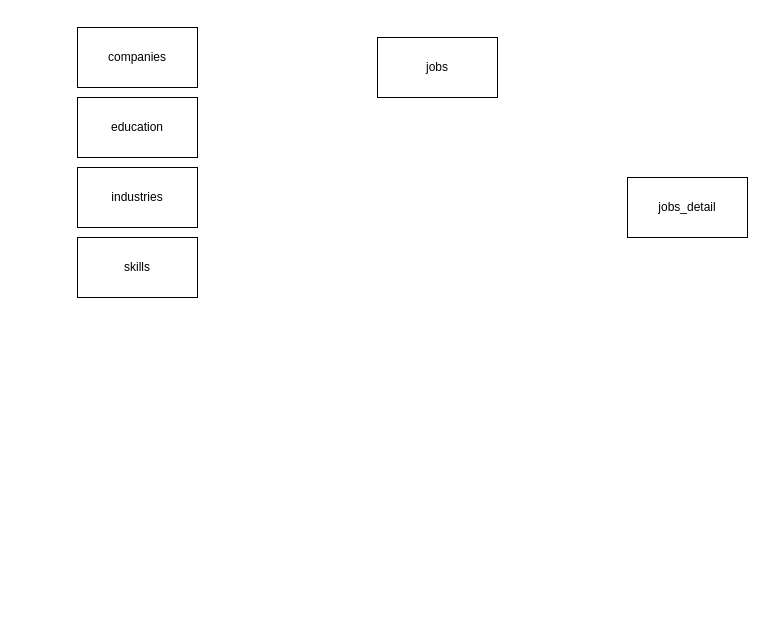
Above: schema_design.drawio in BeemaRajan/mini_job_portal (draw.io), before the change. Source tidied: cells renumbered, new cells numbered last; positions are measured from the earlier drawing's top-left corner, leaving out a move shared by most shapes. Both pictures are drawn from the tidied source at 100%, with x=0, y=0 at pixel (77, 27).
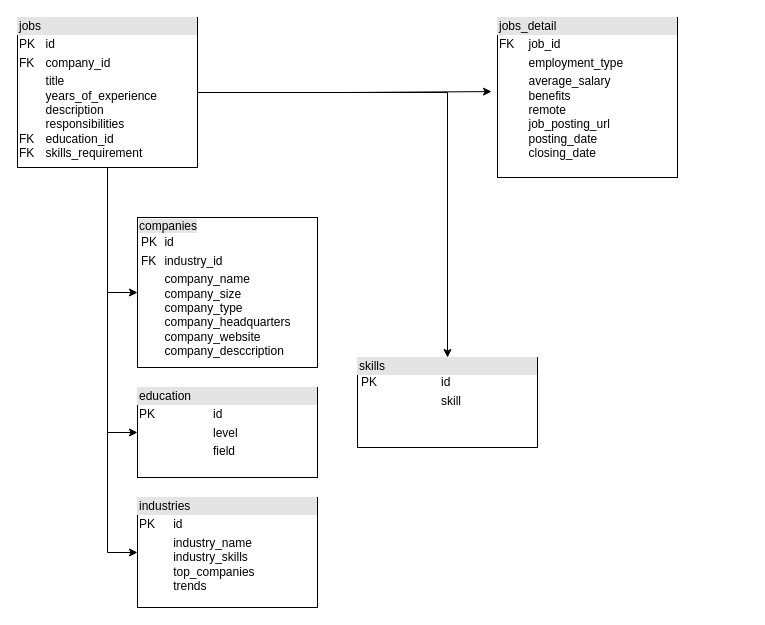
Above is the later version.

Change to the diagram source:
```diff
@@
 <mxGraphModel>
   <root>
     <mxCell id="0" />
     <mxCell id="1" parent="0" />
-    <mxCell id="2" value="companies" style="rounded=0;whiteSpace=wrap;html=1;" parent="1" vertex="1">
-      <mxGeometry width="120" height="60" as="geometry" />
-    </mxCell>
-    <mxCell id="3" value="education" style="whiteSpace=wrap;html=1;rounded=0;" parent="1" vertex="1">
-      <mxGeometry y="70" width="120" height="60" as="geometry" />
-    </mxCell>
-    <mxCell id="4" value="industries" style="rounded=0;whiteSpace=wrap;html=1;" parent="1" vertex="1">
-      <mxGeometry y="140" width="120" height="60" as="geometry" />
-    </mxCell>
-    <mxCell id="5" value="jobs_detail" style="rounded=0;whiteSpace=wrap;html=1;" parent="1" vertex="1">
-      <mxGeometry x="550" y="150" width="120" height="60" as="geometry" />
-    </mxCell>
-    <mxCell id="6" value="jobs" style="rounded=0;whiteSpace=wrap;html=1;" parent="1" vertex="1">
-      <mxGeometry x="300" y="10" width="120" height="60" as="geometry" />
-    </mxCell>
-    <mxCell id="7" value="skills" style="rounded=0;whiteSpace=wrap;html=1;" parent="1" vertex="1">
-      <mxGeometry y="210" width="120" height="60" as="geometry" />
-    </mxCell>
+    <mxCell id="8" style="edgeStyle=orthogonalEdgeStyle;rounded=0;jettySize=auto;html=1;entryX=0;entryY=0.5;entryDx=0;entryDy=0;" parent="1" edge="1" source="12" target="13">
+      <mxGeometry relative="1" as="geometry" />
+    </mxCell>
+    <mxCell id="9" style="edgeStyle=orthogonalEdgeStyle;rounded=0;jettySize=auto;html=1;entryX=0;entryY=0.5;entryDx=0;entryDy=0;" parent="1" edge="1" source="12" target="15">
+      <mxGeometry relative="1" as="geometry" />
+    </mxCell>
+    <mxCell id="10" style="edgeStyle=orthogonalEdgeStyle;rounded=0;jettySize=auto;html=1;entryX=0;entryY=0.5;entryDx=0;entryDy=0;" parent="1" edge="1" source="12" target="16">
+      <mxGeometry relative="1" as="geometry" />
+    </mxCell>
+    <mxCell id="11" style="edgeStyle=orthogonalEdgeStyle;rounded=0;jettySize=auto;html=1;entryX=0.5;entryY=0;entryDx=0;entryDy=0;" parent="1" edge="1" source="12" target="17">
+      <mxGeometry relative="1" as="geometry" />
+    </mxCell>
+    <mxCell id="12" value="&lt;div style=&quot;box-sizing: border-box; width: 100%; background: rgb(228, 228, 228); padding: 2px;&quot;&gt;jobs&lt;/div&gt;&lt;table style=&quot;width:100%;font-size:1em;&quot; cellpadding=&quot;2&quot; cellspacing=&quot;0&quot;&gt;&lt;tbody&gt;&lt;tr&gt;&lt;td&gt;PK&lt;/td&gt;&lt;td&gt;id&lt;/td&gt;&lt;/tr&gt;&lt;tr&gt;&lt;td&gt;FK&lt;/td&gt;&lt;td&gt;company_id&lt;/td&gt;&lt;/tr&gt;&lt;tr&gt;&lt;td&gt;&lt;br&gt;&lt;br&gt;&lt;br&gt;&lt;br&gt;FK&lt;br&gt;FK&lt;/td&gt;&lt;td&gt;title&lt;br&gt;years_of_experience&lt;br&gt;description&lt;br&gt;responsibilities&lt;br&gt;education_id&lt;br&gt;skills_requirement&lt;br&gt;&lt;/td&gt;&lt;/tr&gt;&lt;/tbody&gt;&lt;/table&gt;" style="verticalAlign=top;align=left;overflow=fill;html=1;whiteSpace=wrap;" parent="1" vertex="1">
+      <mxGeometry x="-60" y="-10" width="180" height="150" as="geometry" />
+    </mxCell>
+    <mxCell id="13" value="&lt;div style=&quot;box-sizing: border-box; width: 100%; background-image: initial; background-position: initial; background-size: initial; background-repeat: initial; background-attachment: initial; background-origin: initial; background-clip: initial; padding: 2px;&quot;&gt;&lt;span style=&quot;background-color: light-dark(rgb(228, 228, 228), rgb(41, 41, 41));&quot;&gt;companies&lt;/span&gt;&lt;table style=&quot;background-color: transparent; color: light-dark(rgb(0, 0, 0), rgb(255, 255, 255)); font-size: 1em; width: 100%;&quot; cellpadding=&quot;2&quot; cellspacing=&quot;0&quot;&gt;&lt;tbody&gt;&lt;tr&gt;&lt;td&gt;&lt;span style=&quot;background-color: light-dark(#ffffff, var(--ge-dark-color, #121212));&quot;&gt;PK&lt;/span&gt;&lt;/td&gt;&lt;td&gt;&lt;span style=&quot;background-color: light-dark(#ffffff, var(--ge-dark-color, #121212));&quot;&gt;id&lt;/span&gt;&lt;/td&gt;&lt;/tr&gt;&lt;tr&gt;&lt;td&gt;&lt;span style=&quot;background-color: light-dark(#ffffff, var(--ge-dark-color, #121212));&quot;&gt;FK&lt;/span&gt;&lt;/td&gt;&lt;td&gt;&lt;span style=&quot;background-color: light-dark(#ffffff, var(--ge-dark-color, #121212));&quot;&gt;industry_id&lt;/span&gt;&lt;/td&gt;&lt;/tr&gt;&lt;tr&gt;&lt;td&gt;&lt;/td&gt;&lt;td&gt;&lt;span style=&quot;background-color: light-dark(#ffffff, var(--ge-dark-color, #121212));&quot;&gt;company_name&lt;br&gt;company_size&lt;br&gt;company_type&lt;br&gt;company_headquarters&lt;br&gt;company_website&lt;br&gt;company_desccription&lt;/span&gt;&lt;/td&gt;&lt;/tr&gt;&lt;/tbody&gt;&lt;/table&gt;&lt;/div&gt;" style="verticalAlign=top;align=left;overflow=fill;html=1;whiteSpace=wrap;" parent="1" vertex="1">
+      <mxGeometry x="60" y="190" width="180" height="150" as="geometry" />
+    </mxCell>
+    <mxCell id="14" value="&lt;div style=&quot;box-sizing: border-box; width: 100%; background: rgb(228, 228, 228); padding: 2px;&quot;&gt;jobs_detail&lt;/div&gt;&lt;table style=&quot;width:100%;font-size:1em;&quot; cellpadding=&quot;2&quot; cellspacing=&quot;0&quot;&gt;&lt;tbody&gt;&lt;tr&gt;&lt;td&gt;FK&lt;/td&gt;&lt;td&gt;job_id&lt;/td&gt;&lt;/tr&gt;&lt;tr&gt;&lt;td&gt;&lt;br&gt;&lt;/td&gt;&lt;td&gt;employment_type&lt;/td&gt;&lt;/tr&gt;&lt;tr&gt;&lt;td&gt;&lt;/td&gt;&lt;td&gt;average_salary&lt;br&gt;benefits&lt;br&gt;remote&lt;br&gt;job_posting_url&lt;br&gt;posting_date&lt;br&gt;closing_date&lt;/td&gt;&lt;/tr&gt;&lt;/tbody&gt;&lt;/table&gt;" style="verticalAlign=top;align=left;overflow=fill;html=1;whiteSpace=wrap;" parent="1" vertex="1">
+      <mxGeometry x="420" y="-10" width="180" height="160" as="geometry" />
+    </mxCell>
+    <mxCell id="15" value="&lt;div style=&quot;box-sizing: border-box; width: 100%; background: rgb(228, 228, 228); padding: 2px;&quot;&gt;industries&lt;/div&gt;&lt;table style=&quot;width:100%;font-size:1em;&quot; cellpadding=&quot;2&quot; cellspacing=&quot;0&quot;&gt;&lt;tbody&gt;&lt;tr&gt;&lt;td&gt;PK&lt;/td&gt;&lt;td&gt;id&lt;br&gt;&lt;/td&gt;&lt;/tr&gt;&lt;tr&gt;&lt;td&gt;&lt;br&gt;&lt;/td&gt;&lt;td&gt;industry_name&lt;br&gt;industry_skills&lt;br&gt;top_companies&lt;br&gt;trends&lt;/td&gt;&lt;/tr&gt;&lt;tr&gt;&lt;td&gt;&lt;br&gt;&lt;br&gt;&lt;/td&gt;&lt;td&gt;&lt;br&gt;&lt;/td&gt;&lt;/tr&gt;&lt;/tbody&gt;&lt;/table&gt;" style="verticalAlign=top;align=left;overflow=fill;html=1;whiteSpace=wrap;" parent="1" vertex="1">
+      <mxGeometry x="60" y="470" width="180" height="110" as="geometry" />
+    </mxCell>
+    <mxCell id="16" value="&lt;div style=&quot;box-sizing: border-box; width: 100%; background: rgb(228, 228, 228); padding: 2px;&quot;&gt;education&lt;/div&gt;&lt;table style=&quot;width:100%;font-size:1em;&quot; cellpadding=&quot;2&quot; cellspacing=&quot;0&quot;&gt;&lt;tbody&gt;&lt;tr&gt;&lt;td&gt;PK&lt;/td&gt;&lt;td&gt;id&lt;/td&gt;&lt;/tr&gt;&lt;tr&gt;&lt;td&gt;&lt;br&gt;&lt;/td&gt;&lt;td&gt;level&lt;/td&gt;&lt;/tr&gt;&lt;tr&gt;&lt;td&gt;&lt;/td&gt;&lt;td&gt;field&lt;/td&gt;&lt;/tr&gt;&lt;/tbody&gt;&lt;/table&gt;" style="verticalAlign=top;align=left;overflow=fill;html=1;whiteSpace=wrap;" parent="1" vertex="1">
+      <mxGeometry x="60" y="360" width="180" height="90" as="geometry" />
+    </mxCell>
+    <mxCell id="17" value="&lt;div style=&quot;box-sizing: border-box; width: 100%; background: rgb(228, 228, 228); padding: 2px;&quot;&gt;skills&lt;table align=&quot;left&quot; style=&quot;background-color: transparent; color: light-dark(rgb(0, 0, 0), rgb(255, 255, 255)); font-size: 1em; width: 100%;&quot; cellpadding=&quot;2&quot; cellspacing=&quot;0&quot;&gt;&lt;tbody&gt;&lt;tr&gt;&lt;td&gt;PK&lt;/td&gt;&lt;td&gt;id&lt;/td&gt;&lt;/tr&gt;&lt;tr&gt;&lt;td&gt;&lt;br&gt;&lt;/td&gt;&lt;td&gt;skill&lt;/td&gt;&lt;/tr&gt;&lt;tr&gt;&lt;td&gt;&lt;/td&gt;&lt;td&gt;&lt;br&gt;&lt;/td&gt;&lt;/tr&gt;&lt;/tbody&gt;&lt;/table&gt;&lt;/div&gt;" style="verticalAlign=top;align=left;overflow=fill;html=1;whiteSpace=wrap;" parent="1" vertex="1">
+      <mxGeometry x="280" y="330" width="180" height="90" as="geometry" />
+    </mxCell>
+    <mxCell id="18" style="edgeStyle=orthogonalEdgeStyle;rounded=0;jettySize=auto;html=1;entryX=-0.033;entryY=0.463;entryDx=0;entryDy=0;entryPerimeter=0;strokeColor=default;curved=0;" parent="1" edge="1" source="12" target="14">
+      <mxGeometry relative="1" as="geometry" />
+    </mxCell>
   </root>
 </mxGraphModel>
```
